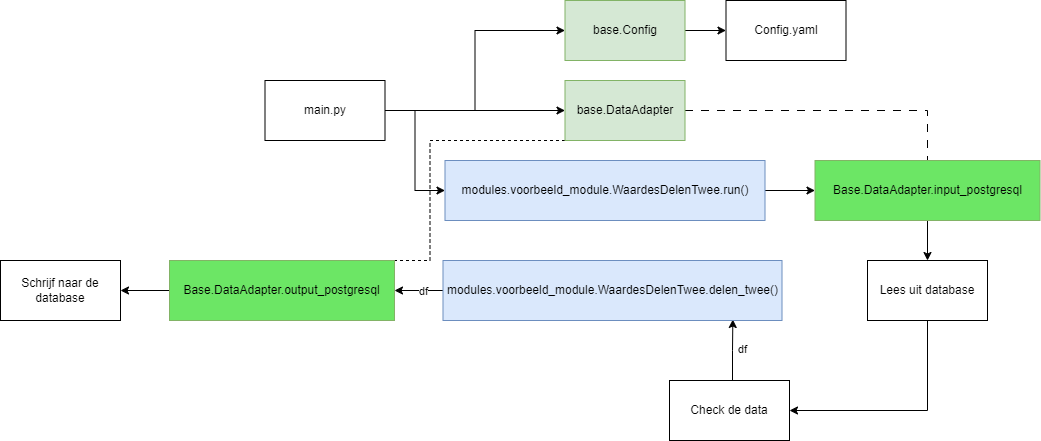
continu-inzicht/toolbox-continu-inzicht keeps this draw.io diagram as docs/assets/voorbeeld_config_db.png. Above is the earlier version. Source tidied: cells renumbered, new cells last; positions are measured from the earlier drawing's top-left corner, leaving out a move shared by most shapes.
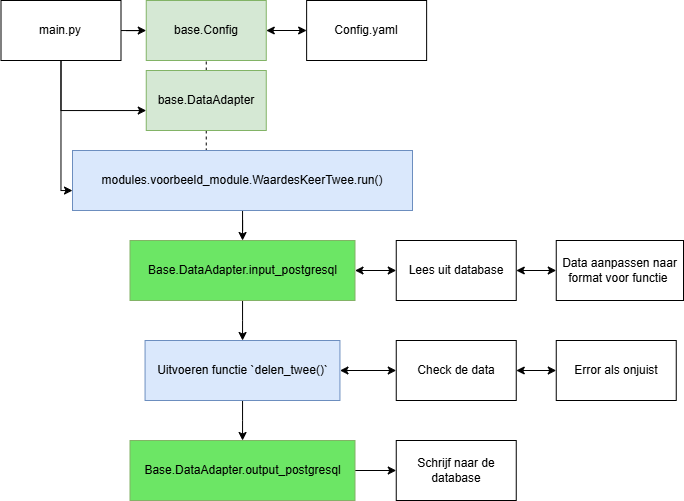
The same file after the commit.

What changed in the source:
```diff
@@ -2,96 +2,99 @@
   <root>
     <mxCell id="0" />
     <mxCell id="1" parent="0" />
-    <mxCell id="2" style="edgeStyle=orthogonalEdgeStyle;rounded=0;jettySize=auto;html=1;exitX=1;exitY=0.5;exitDx=0;exitDy=0;" parent="1" edge="1" source="3" target="13">
+    <mxCell id="2" style="edgeStyle=orthogonalEdgeStyle;rounded=0;jettySize=auto;html=1;exitX=1;exitY=0.5;exitDx=0;exitDy=0;startArrow=classic;startFill=1;" parent="1" edge="1" source="3" target="13">
       <mxGeometry relative="1" as="geometry" />
     </mxCell>
     <mxCell id="3" value="base.Config" style="rounded=0;whiteSpace=wrap;html=1;fillColor=#d5e8d4;strokeColor=#82b366;" parent="1" vertex="1">
-      <mxGeometry x="564.5" width="120" height="60" as="geometry" />
+      <mxGeometry x="2250.8" y="106" width="120" height="60" as="geometry" />
     </mxCell>
-    <mxCell id="4" style="edgeStyle=orthogonalEdgeStyle;rounded=0;jettySize=auto;html=1;exitX=1;exitY=0.5;exitDx=0;exitDy=0;entryX=0.5;entryY=0;entryDx=0;entryDy=0;dashed=1;dashPattern=8 8;endArrow=none;endFill=0;" parent="1" edge="1" source="6" target="15">
+    <mxCell id="4" style="edgeStyle=orthogonalEdgeStyle;rounded=0;jettySize=auto;html=1;exitX=0.5;exitY=0;exitDx=0;exitDy=0;entryX=0.5;entryY=1;entryDx=0;entryDy=0;endArrow=none;startFill=0;dashed=1;" parent="1" edge="1" source="6" target="3">
       <mxGeometry relative="1" as="geometry" />
     </mxCell>
-    <mxCell id="5" style="edgeStyle=orthogonalEdgeStyle;rounded=0;jettySize=auto;html=1;exitX=0.5;exitY=1;exitDx=0;exitDy=0;entryX=0.5;entryY=0;entryDx=0;entryDy=0;dashed=1;endArrow=none;endFill=0;" parent="1" edge="1" source="6" target="25">
+    <mxCell id="5" style="edgeStyle=orthogonalEdgeStyle;rounded=0;jettySize=auto;html=1;endArrow=none;startFill=0;dashed=1;" parent="1" edge="1" source="6" target="8">
       <mxGeometry relative="1" as="geometry">
         <Array as="points">
-          <mxPoint x="429.5" y="140" />
-          <mxPoint x="429.5" y="260" />
+          <mxPoint x="2310.8" y="266" />
+          <mxPoint x="2310.8" y="266" />
         </Array>
       </mxGeometry>
     </mxCell>
     <mxCell id="6" value="base.DataAdapter" style="rounded=0;whiteSpace=wrap;html=1;fillColor=#d5e8d4;strokeColor=#82b366;" parent="1" vertex="1">
-      <mxGeometry x="564.5" y="80" width="120" height="60" as="geometry" />
+      <mxGeometry x="2250.8" y="176" width="120" height="60" as="geometry" />
     </mxCell>
-    <mxCell id="7" style="edgeStyle=orthogonalEdgeStyle;rounded=0;jettySize=auto;html=1;exitX=1;exitY=0.5;exitDx=0;exitDy=0;entryX=0;entryY=0.5;entryDx=0;entryDy=0;" parent="1" edge="1" source="8" target="15">
+    <mxCell id="7" style="edgeStyle=orthogonalEdgeStyle;rounded=0;jettySize=auto;html=1;" parent="1" edge="1" source="8" target="16">
       <mxGeometry relative="1" as="geometry" />
     </mxCell>
-    <mxCell id="8" value="&lt;div&gt;modules.voorbeeld_module.WaardesDelenTwee.run()&lt;/div&gt;" style="rounded=0;whiteSpace=wrap;html=1;fillColor=#dae8fc;strokeColor=#6c8ebf;" parent="1" vertex="1">
-      <mxGeometry x="444.5" y="160" width="320" height="60" as="geometry" />
+    <mxCell id="8" value="&lt;div&gt;modules.voorbeeld_module.WaardesKeerTwee.run()&lt;/div&gt;" style="rounded=0;whiteSpace=wrap;html=1;fillColor=#dae8fc;strokeColor=#6c8ebf;" parent="1" vertex="1">
+      <mxGeometry x="2177" y="256" width="340" height="60" as="geometry" />
     </mxCell>
-    <mxCell id="9" style="edgeStyle=orthogonalEdgeStyle;rounded=0;jettySize=auto;html=1;exitX=1;exitY=0.5;exitDx=0;exitDy=0;entryX=0;entryY=0.5;entryDx=0;entryDy=0;" parent="1" edge="1" source="12" target="6">
+    <mxCell id="9" style="edgeStyle=orthogonalEdgeStyle;rounded=0;jettySize=auto;html=1;" parent="1" edge="1" source="12" target="3">
       <mxGeometry relative="1" as="geometry" />
     </mxCell>
-    <mxCell id="10" style="edgeStyle=orthogonalEdgeStyle;rounded=0;jettySize=auto;html=1;exitX=1;exitY=0.5;exitDx=0;exitDy=0;entryX=0;entryY=0.5;entryDx=0;entryDy=0;" parent="1" edge="1" source="12" target="8">
-      <mxGeometry relative="1" as="geometry" />
+    <mxCell id="10" style="edgeStyle=orthogonalEdgeStyle;rounded=0;jettySize=auto;html=1;exitX=0.5;exitY=1;exitDx=0;exitDy=0;" parent="1" edge="1" source="12" target="6">
+      <mxGeometry relative="1" as="geometry">
+        <Array as="points">
+          <mxPoint x="2165.8" y="216" />
+        </Array>
+      </mxGeometry>
     </mxCell>
-    <mxCell id="11" style="edgeStyle=orthogonalEdgeStyle;rounded=0;jettySize=auto;html=1;exitX=1;exitY=0.5;exitDx=0;exitDy=0;entryX=0;entryY=0.5;entryDx=0;entryDy=0;" parent="1" edge="1" source="12" target="3">
-      <mxGeometry relative="1" as="geometry" />
+    <mxCell id="11" style="edgeStyle=orthogonalEdgeStyle;rounded=0;jettySize=auto;html=1;exitX=0.5;exitY=1;exitDx=0;exitDy=0;" parent="1" edge="1" source="12" target="8">
+      <mxGeometry relative="1" as="geometry">
+        <Array as="points">
+          <mxPoint x="2165.8" y="296" />
+        </Array>
+      </mxGeometry>
     </mxCell>
     <mxCell id="12" value="main.py" style="rounded=0;whiteSpace=wrap;html=1;" parent="1" vertex="1">
-      <mxGeometry x="264.5" y="80" width="120" height="60" as="geometry" />
+      <mxGeometry x="2105.5" y="106" width="120" height="60" as="geometry" />
     </mxCell>
     <mxCell id="13" value="Config.yaml" style="rounded=0;whiteSpace=wrap;html=1;" parent="1" vertex="1">
-      <mxGeometry x="725.5" width="120" height="60" as="geometry" />
+      <mxGeometry x="2411.1" y="106" width="120" height="60" as="geometry" />
     </mxCell>
-    <mxCell id="14" style="edgeStyle=orthogonalEdgeStyle;rounded=0;jettySize=auto;html=1;exitX=0.5;exitY=1;exitDx=0;exitDy=0;" parent="1" edge="1" source="15" target="19">
+    <mxCell id="14" style="edgeStyle=orthogonalEdgeStyle;rounded=0;jettySize=auto;html=1;exitX=1;exitY=0.5;exitDx=0;exitDy=0;entryX=0;entryY=0.5;entryDx=0;entryDy=0;startArrow=classic;startFill=1;" parent="1" edge="1" source="16" target="18">
       <mxGeometry relative="1" as="geometry" />
     </mxCell>
-    <mxCell id="15" value="&lt;span style=&quot;font-style: normal;&quot;&gt;Base.DataAdapter.input_&lt;/span&gt;&lt;span style=&quot;font-style: normal;&quot;&gt;postgresql&lt;/span&gt;" style="rounded=0;whiteSpace=wrap;html=1;fontStyle=2;fillColor=#6ce665;strokeColor=#82b366;" parent="1" vertex="1">
-      <mxGeometry x="814.5" y="160" width="225" height="60" as="geometry" />
+    <mxCell id="15" style="edgeStyle=orthogonalEdgeStyle;rounded=0;jettySize=auto;html=1;" parent="1" edge="1" source="16" target="26">
+      <mxGeometry relative="1" as="geometry" />
     </mxCell>
-    <mxCell id="16" style="edgeStyle=orthogonalEdgeStyle;rounded=0;jettySize=auto;html=1;entryX=0.855;entryY=0.983;entryDx=0;entryDy=0;entryPerimeter=0;" parent="1" edge="1" source="23" target="22">
-      <mxGeometry relative="1" as="geometry">
-        <Array as="points">
-          <mxPoint x="732" y="350" />
-          <mxPoint x="732" y="350" />
-        </Array>
-      </mxGeometry>
+    <mxCell id="16" value="&lt;span style=&quot;font-style: normal;&quot;&gt;Base.DataAdapter.input_&lt;/span&gt;&lt;span style=&quot;font-style: normal;&quot;&gt;postgresql&lt;/span&gt;" style="rounded=0;whiteSpace=wrap;html=1;fontStyle=2;fillColor=#6ce665;strokeColor=#82b366;" parent="1" vertex="1">
+      <mxGeometry x="2234.5" y="346" width="225" height="60" as="geometry" />
     </mxCell>
-    <mxCell id="17" value="df" style="edgeLabel;html=1;align=center;verticalAlign=middle;" parent="16" vertex="1">
-      <mxGeometry x="0.17" y="-4" relative="1" as="geometry">
-        <mxPoint x="5" y="4" as="offset" />
-      </mxGeometry>
+    <mxCell id="17" style="edgeStyle=orthogonalEdgeStyle;rounded=0;jettySize=auto;html=1;exitX=1;exitY=0.5;exitDx=0;exitDy=0;entryX=0;entryY=0.5;entryDx=0;entryDy=0;startArrow=classic;startFill=1;" parent="1" edge="1" source="18" target="27">
+      <mxGeometry relative="1" as="geometry" />
     </mxCell>
-    <mxCell id="18" style="edgeStyle=orthogonalEdgeStyle;rounded=0;jettySize=auto;html=1;exitX=0.5;exitY=1;exitDx=0;exitDy=0;" parent="1" edge="1" source="19" target="23">
-      <mxGeometry relative="1" as="geometry">
-        <Array as="points">
-          <mxPoint x="927" y="410" />
-        </Array>
-      </mxGeometry>
+    <mxCell id="18" value="&lt;span style=&quot;font-style: normal;&quot;&gt;Lees uit database&lt;/span&gt;" style="rounded=0;whiteSpace=wrap;html=1;fontStyle=2;" parent="1" vertex="1">
+      <mxGeometry x="2500.8" y="346" width="120" height="60" as="geometry" />
     </mxCell>
-    <mxCell id="19" value="&lt;span style=&quot;font-style: normal;&quot;&gt;Lees uit database&lt;/span&gt;" style="rounded=0;whiteSpace=wrap;html=1;fontStyle=2;" parent="1" vertex="1">
-      <mxGeometry x="867" y="260" width="120" height="60" as="geometry" />
+    <mxCell id="19" style="edgeStyle=orthogonalEdgeStyle;rounded=0;jettySize=auto;html=1;exitX=1;exitY=0.5;exitDx=0;exitDy=0;startArrow=classic;startFill=1;" parent="1" edge="1" source="20" target="28">
+      <mxGeometry relative="1" as="geometry" />
     </mxCell>
-    <mxCell id="20" style="edgeStyle=orthogonalEdgeStyle;rounded=0;jettySize=auto;html=1;exitX=0;exitY=0.5;exitDx=0;exitDy=0;" parent="1" edge="1" source="22" target="25">
-      <mxGeometry relative="1" as="geometry" />
+    <mxCell id="20" value="&lt;span style=&quot;font-style: normal;&quot;&gt;Check de data&lt;/span&gt;" style="rounded=0;whiteSpace=wrap;html=1;fontStyle=2;" parent="1" vertex="1">
+      <mxGeometry x="2500.8" y="446" width="120" height="60" as="geometry" />
     </mxCell>
-    <mxCell id="21" value="df" style="edgeLabel;html=1;align=center;verticalAlign=middle;" parent="20" vertex="1">
-      <mxGeometry x="-0.19" relative="1" as="geometry" />
+    <mxCell id="21" style="edgeStyle=orthogonalEdgeStyle;rounded=0;jettySize=auto;html=1;exitX=1;exitY=0.5;exitDx=0;exitDy=0;" parent="1" edge="1" source="22" target="23">
+      <mxGeometry relative="1" as="geometry" />
     </mxCell>
-    <mxCell id="22" value="&lt;div&gt;modules.voorbeeld_module.WaardesDelenTwee.delen_twee()&lt;/div&gt;" style="rounded=0;whiteSpace=wrap;html=1;fillColor=#dae8fc;strokeColor=#6c8ebf;" parent="1" vertex="1">
-      <mxGeometry x="442.5" y="260" width="339" height="60" as="geometry" />
+    <mxCell id="22" value="&lt;span style=&quot;font-style: normal;&quot;&gt;Base.DataAdapter.output_&lt;/span&gt;&lt;span style=&quot;font-style: normal;&quot;&gt;postgresql&lt;/span&gt;" style="rounded=0;whiteSpace=wrap;html=1;fontStyle=2;fillColor=#6ce665;strokeColor=#82b366;" parent="1" vertex="1">
+      <mxGeometry x="2234.5" y="546" width="225" height="60" as="geometry" />
     </mxCell>
-    <mxCell id="23" value="&lt;span style=&quot;font-style: normal;&quot;&gt;Check de data&lt;/span&gt;" style="rounded=0;whiteSpace=wrap;html=1;fontStyle=2;" parent="1" vertex="1">
-      <mxGeometry x="669" y="380" width="120" height="60" as="geometry" />
+    <mxCell id="23" value="&lt;span style=&quot;font-style: normal;&quot;&gt;Schrijf naar de database&lt;/span&gt;" style="rounded=0;whiteSpace=wrap;html=1;fontStyle=2;" parent="1" vertex="1">
+      <mxGeometry x="2500.8" y="546" width="120" height="60" as="geometry" />
     </mxCell>
-    <mxCell id="24" style="edgeStyle=orthogonalEdgeStyle;rounded=0;jettySize=auto;html=1;exitX=0;exitY=0.5;exitDx=0;exitDy=0;" parent="1" edge="1" source="25" target="26">
+    <mxCell id="24" style="edgeStyle=orthogonalEdgeStyle;rounded=0;jettySize=auto;html=1;exitX=1;exitY=0.5;exitDx=0;exitDy=0;startArrow=classic;startFill=1;" parent="1" edge="1" source="26" target="20">
       <mxGeometry relative="1" as="geometry" />
     </mxCell>
-    <mxCell id="25" value="&lt;span style=&quot;font-style: normal;&quot;&gt;Base.DataAdapter.output_&lt;/span&gt;&lt;span style=&quot;font-style: normal;&quot;&gt;postgresql&lt;/span&gt;" style="rounded=0;whiteSpace=wrap;html=1;fontStyle=2;fillColor=#6ce665;strokeColor=#82b366;" parent="1" vertex="1">
-      <mxGeometry x="169" y="260" width="225" height="60" as="geometry" />
+    <mxCell id="25" style="edgeStyle=orthogonalEdgeStyle;rounded=0;jettySize=auto;html=1;" parent="1" edge="1" source="26" target="22">
+      <mxGeometry relative="1" as="geometry" />
     </mxCell>
-    <mxCell id="26" value="&lt;span style=&quot;font-style: normal;&quot;&gt;Schrijf naar de database&lt;/span&gt;" style="rounded=0;whiteSpace=wrap;html=1;fontStyle=2;" parent="1" vertex="1">
-      <mxGeometry y="260" width="120" height="60" as="geometry" />
+    <mxCell id="26" value="Uitvoeren functie `delen_twee()`" style="rounded=0;whiteSpace=wrap;html=1;fillColor=#dae8fc;strokeColor=#6c8ebf;" parent="1" vertex="1">
+      <mxGeometry x="2249.6" y="446" width="194.9" height="60" as="geometry" />
     </mxCell>
+    <mxCell id="27" value="&lt;span style=&quot;font-style: normal;&quot;&gt;Data aanpassen naar format voor functie&amp;nbsp;&lt;/span&gt;" style="rounded=0;whiteSpace=wrap;html=1;fontStyle=2;" parent="1" vertex="1">
+      <mxGeometry x="2660.8" y="346" width="127.2" height="60" as="geometry" />
+    </mxCell>
+    <mxCell id="28" value="&lt;span style=&quot;font-style: normal;&quot;&gt;Error als onjuist&lt;/span&gt;" style="rounded=0;whiteSpace=wrap;html=1;fontStyle=2;" parent="1" vertex="1">
+      <mxGeometry x="2660.8" y="446" width="120" height="60" as="geometry" />
+    </mxCell>
   </root>
 </mxGraphModel>
```
